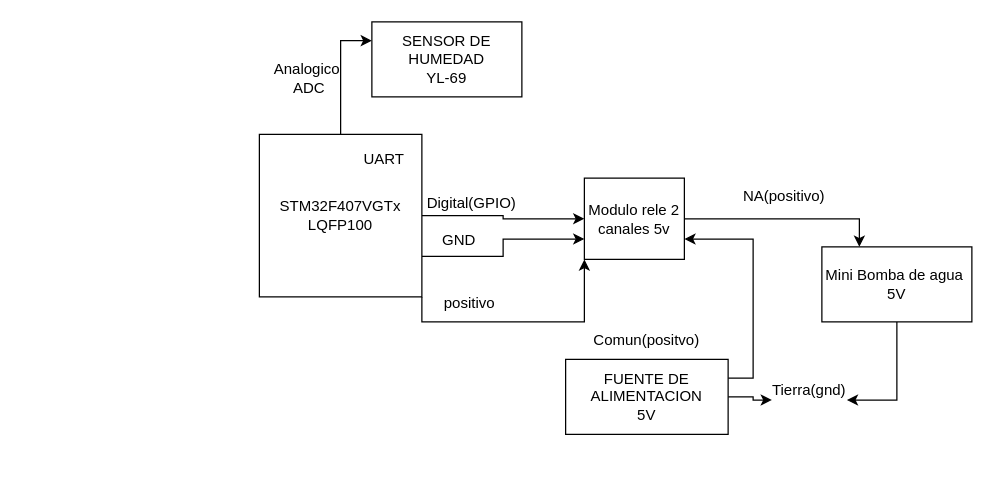
Before: controlhumedad.drawio in Sasarindo00/Ingenieria-6semestre, a draw.io diagram. Source tidied: cells renumbered, new cells numbered last; positions are measured from the earlier drawing's top-left corner, leaving out a move shared by most shapes. Both pictures are drawn from the tidied source at 125%, with x=0, y=0 at pixel (259, 21).
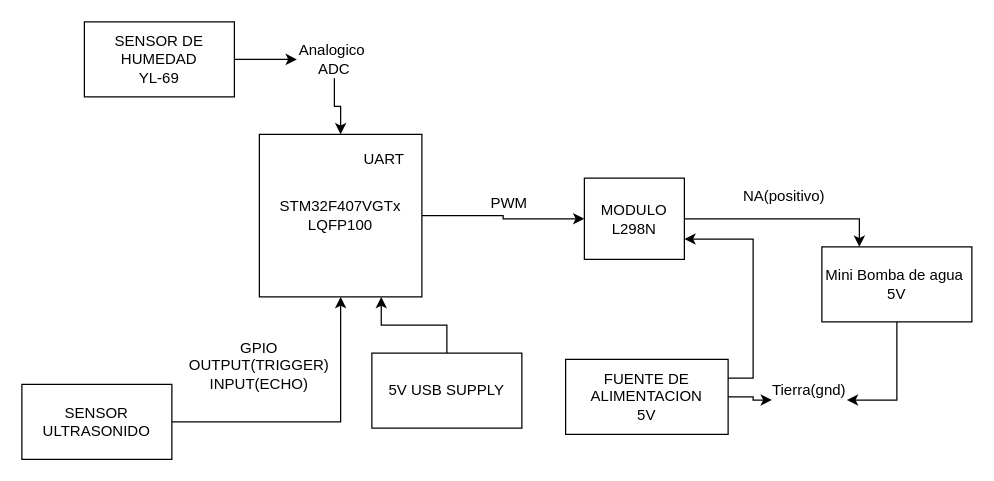
Above is the later version.

The change refers to these unchanged cells:
```xml
<mxCell id="6" value="STM32F407VGTx&lt;br&gt;LQFP100&lt;br&gt;" style="whiteSpace=wrap;html=1;" parent="1" vertex="1">
  <mxGeometry y="90" width="130" height="130" as="geometry" />
</mxCell>
```

Diff of the diagram source:
```diff
@@
-    <mxCell id="2" style="edgeStyle=orthogonalEdgeStyle;rounded=0;jettySize=auto;html=1;entryX=0;entryY=0.25;entryDx=0;entryDy=0;" parent="1" edge="1" source="6" target="7">
-      <mxGeometry relative="1" as="geometry" />
-    </mxCell>
-    <mxCell id="3" style="edgeStyle=orthogonalEdgeStyle;rounded=0;jettySize=auto;html=1;exitX=1;exitY=0.5;exitDx=0;exitDy=0;entryX=0;entryY=0.5;entryDx=0;entryDy=0;" parent="1" edge="1" source="6" target="14">
-      <mxGeometry relative="1" as="geometry" />
-    </mxCell>
-    <mxCell id="4" style="edgeStyle=orthogonalEdgeStyle;rounded=0;jettySize=auto;html=1;exitX=1;exitY=0.75;exitDx=0;exitDy=0;entryX=0;entryY=0.75;entryDx=0;entryDy=0;" parent="1" edge="1" source="6" target="14">
-      <mxGeometry relative="1" as="geometry" />
-    </mxCell>
-    <mxCell id="5" style="edgeStyle=orthogonalEdgeStyle;rounded=0;jettySize=auto;html=1;exitX=1;exitY=1;exitDx=0;exitDy=0;entryX=0;entryY=1;entryDx=0;entryDy=0;" parent="1" edge="1" source="6" target="14">
-      <mxGeometry relative="1" as="geometry" />
-    </mxCell>
+    <mxCell id="23" style="edgeStyle=orthogonalEdgeStyle;rounded=0;jettySize=auto;html=1;exitX=1;exitY=0.5;exitDx=0;exitDy=0;entryX=0;entryY=0.5;entryDx=0;entryDy=0;" parent="1" edge="1" source="6" target="14">
+      <mxGeometry relative="1" as="geometry" />
+    </mxCell>
@@
+    <mxCell id="24" style="edgeStyle=orthogonalEdgeStyle;rounded=0;jettySize=auto;html=1;exitX=1;exitY=0.5;exitDx=0;exitDy=0;" parent="1" edge="1" source="7" target="15">
+      <mxGeometry relative="1" as="geometry" />
+    </mxCell>
     <mxCell id="7" value="SENSOR DE HUMEDAD&lt;br&gt;YL-69" style="rounded=0;whiteSpace=wrap;html=1;" parent="1" vertex="1">
-      <mxGeometry x="90" width="120" height="60" as="geometry" />
+      <mxGeometry x="-140" width="120" height="60" as="geometry" />
     </mxCell>
@@
-    <mxCell id="14" value="Modulo rele 2 canales 5v" style="rounded=0;whiteSpace=wrap;html=1;" parent="1" vertex="1">
+    <mxCell id="14" value="MODULO L298N&lt;br&gt;" style="rounded=0;whiteSpace=wrap;html=1;" parent="1" vertex="1">
       <mxGeometry x="260" y="125" width="80" height="65" as="geometry" />
     </mxCell>
+    <mxCell id="25" style="edgeStyle=orthogonalEdgeStyle;rounded=0;jettySize=auto;html=1;exitX=0.5;exitY=1;exitDx=0;exitDy=0;" parent="1" edge="1" source="15" target="6">
+      <mxGeometry relative="1" as="geometry" />
+    </mxCell>
     <mxCell id="15" value="Analogico&amp;nbsp;&lt;br&gt;ADC&lt;br&gt;" style="text;html=1;strokeColor=none;fillColor=none;align=center;verticalAlign=middle;whiteSpace=wrap;rounded=0;" parent="1" vertex="1">
-      <mxGeometry x="10" y="30" width="60" height="30" as="geometry" />
+      <mxGeometry x="30" y="15" width="60" height="30" as="geometry" />
     </mxCell>
-    <mxCell id="16" value="Digital(GPIO)" style="text;html=1;strokeColor=none;fillColor=none;align=center;verticalAlign=middle;whiteSpace=wrap;rounded=0;" parent="1" vertex="1">
-      <mxGeometry x="140" y="130" width="60" height="30" as="geometry" />
+    <mxCell id="16" value="PWM" style="text;html=1;strokeColor=none;fillColor=none;align=center;verticalAlign=middle;whiteSpace=wrap;rounded=0;" parent="1" vertex="1">
+      <mxGeometry x="170" y="130" width="60" height="30" as="geometry" />
     </mxCell>
@@
-    <mxCell id="18" value="Comun(positvo)&lt;br&gt;" style="text;html=1;strokeColor=none;fillColor=none;align=center;verticalAlign=middle;whiteSpace=wrap;rounded=0;" parent="1" vertex="1">
-      <mxGeometry x="280" y="240" width="60" height="30" as="geometry" />
-    </mxCell>
@@
-    <mxCell id="20" value="GND&lt;br&gt;" style="text;html=1;strokeColor=none;fillColor=none;align=center;verticalAlign=middle;whiteSpace=wrap;rounded=0;" parent="1" vertex="1">
-      <mxGeometry x="130" y="160" width="60" height="30" as="geometry" />
-    </mxCell>
-    <mxCell id="21" value="positivo&amp;nbsp;" style="text;html=1;strokeColor=none;fillColor=none;align=center;verticalAlign=middle;whiteSpace=wrap;rounded=0;" parent="1" vertex="1">
-      <mxGeometry x="140" y="210" width="60" height="30" as="geometry" />
-    </mxCell>
@@
+    <mxCell id="26" style="edgeStyle=orthogonalEdgeStyle;rounded=0;jettySize=auto;html=1;exitX=1;exitY=0.5;exitDx=0;exitDy=0;" parent="1" edge="1" source="27" target="6">
+      <mxGeometry relative="1" as="geometry" />
+    </mxCell>
+    <mxCell id="27" value="SENSOR ULTRASONIDO" style="rounded=0;whiteSpace=wrap;html=1;" parent="1" vertex="1">
+      <mxGeometry x="-190" y="290" width="120" height="60" as="geometry" />
+    </mxCell>
+    <mxCell id="28" value="GPIO&lt;br&gt;OUTPUT(TRIGGER)&lt;br&gt;INPUT(ECHO)&lt;br&gt;" style="text;html=1;strokeColor=none;fillColor=none;align=center;verticalAlign=middle;whiteSpace=wrap;rounded=0;" parent="1" vertex="1">
+      <mxGeometry x="-30" y="260" width="60" height="30" as="geometry" />
+    </mxCell>
+    <mxCell id="29" style="edgeStyle=orthogonalEdgeStyle;rounded=0;jettySize=auto;html=1;entryX=0.75;entryY=1;entryDx=0;entryDy=0;" parent="1" edge="1" source="30" target="6">
+      <mxGeometry relative="1" as="geometry" />
+    </mxCell>
+    <mxCell id="30" value="5V USB SUPPLY&lt;br&gt;" style="rounded=0;whiteSpace=wrap;html=1;" parent="1" vertex="1">
+      <mxGeometry x="90" y="265" width="120" height="60" as="geometry" />
+    </mxCell>
```
